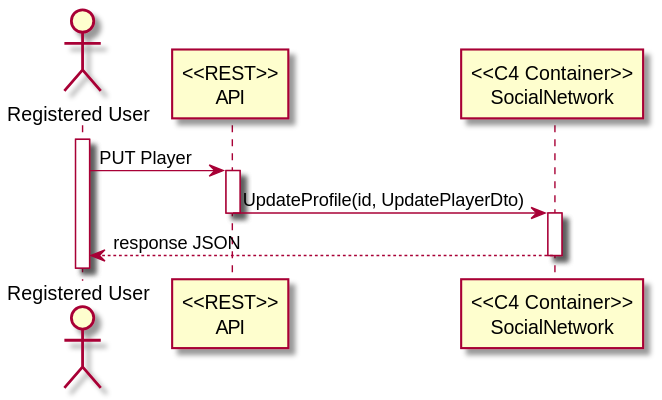
This is docs/System Architecture/Level 2/UC5_LVL2/UC05_LVL2.svg from antoniomsbarros/SocialNetworkGame, a PlantUML export, as it was before one commit. The source it was exported from:
```plantuml
@startuml

actor "Registered User" as UNU
participant "<<REST>>\nAPI" as API
participant "<<C4 Container>>\nSocialNetwork" as SN

activate UNU
UNU -> API: PUT Player

activate API
API -> SN: UpdateProfile(id, UpdatePlayerDto)
deactivate API

activate SN
SN --> UNU : response JSON
deactivate SN

@enduml
```
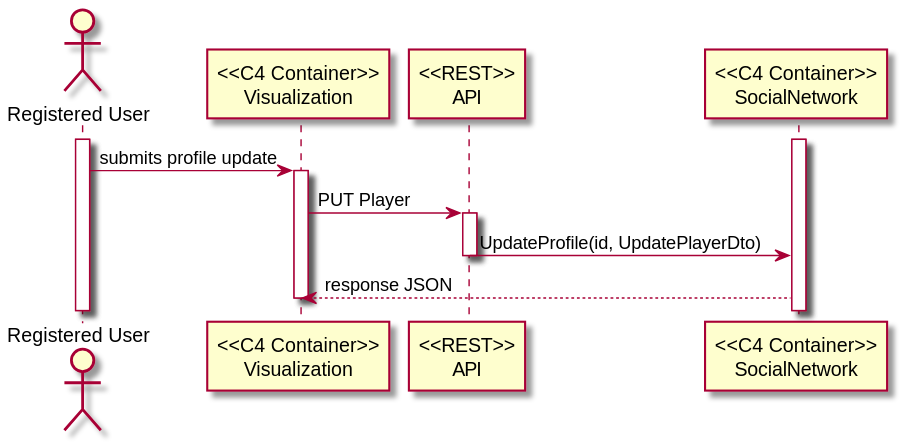
After the change.

Commit message:
OL41-7 #comment Corrigi os diagramas da vista de processo de nível 2 dos UCs 5 e 7

Change to the diagram source:
```diff
@@ -1,18 +1,25 @@
 @startuml
 
 actor "Registered User" as UNU
+participant "<<C4 Container>>\nVisualization" as V
 participant "<<REST>>\nAPI" as API
 participant "<<C4 Container>>\nSocialNetwork" as SN
 
+activate SN
+
 activate UNU
-UNU -> API: PUT Player
+UNU->V:submits profile update
+activate V
+
+V -> API: PUT Player
 
 activate API
 API -> SN: UpdateProfile(id, UpdatePlayerDto)
 deactivate API
 
-activate SN
-SN --> UNU : response JSON
-deactivate SN
+
+SN --> V : response JSON
+deactivate V
+
 
 @enduml
```
